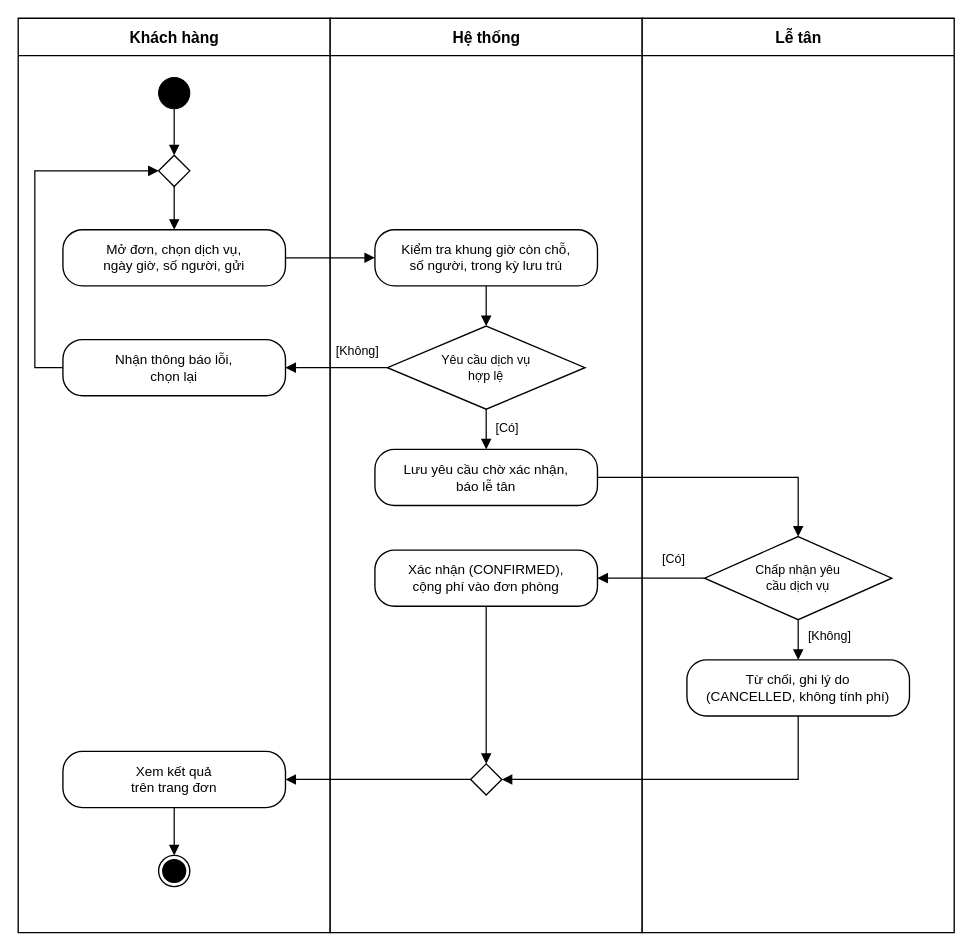
Before: docs/thiet-ke/hd-dat-dich-vu.drawio in ngynquchn2511/beach-hotel, a draw.io diagram. Source tidied: cells renumbered, new cells numbered last; positions are measured from the earlier drawing's top-left corner, leaving out a move shared by most shapes. Both pictures are drawn from the tidied source at 104%, with x=0, y=0 at pixel (18, 18).
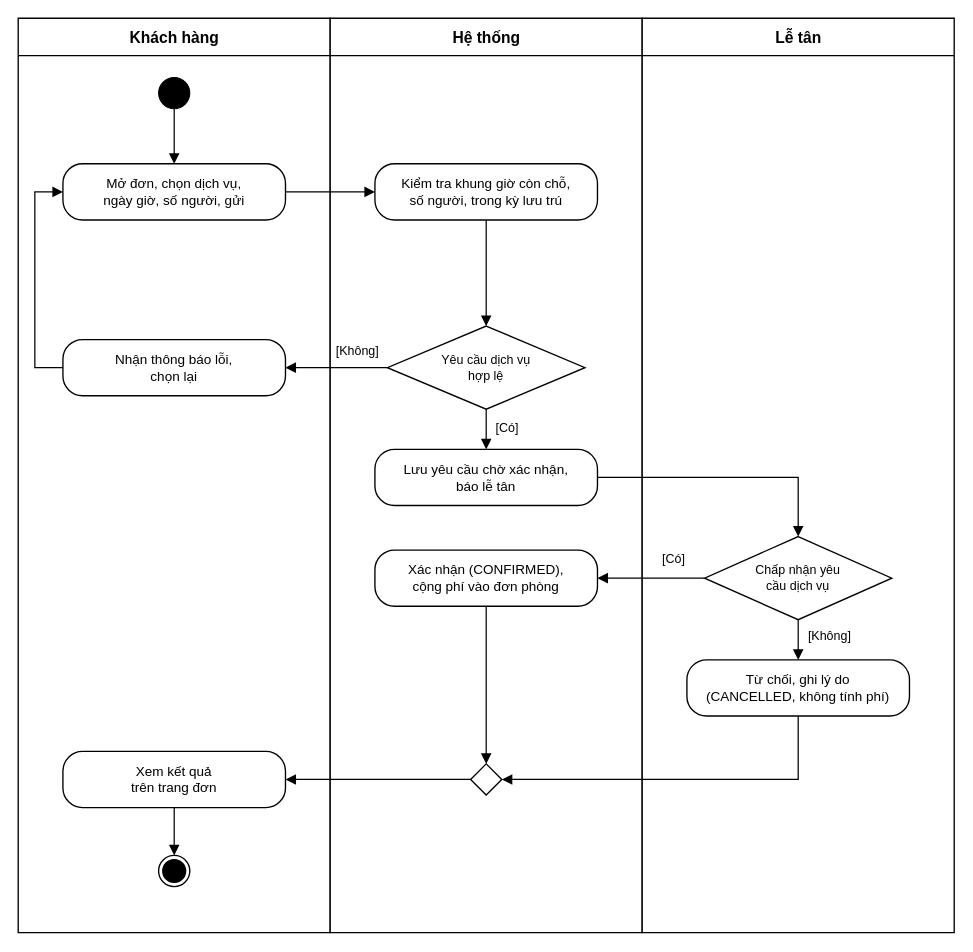
The same diagram, later.

The change refers to these unchanged cells:
```xml
<mxCell id="2" value="Khách hàng" style="fontFamily=Arial;fontColor=#000000;swimlane;horizontal=1;startSize=36;html=1;fillColor=#FFFFFF;strokeColor=#000000;strokeWidth=1.3;fontSize=15;fontStyle=1;swimlaneFillColor=#FFFFFF;" parent="1" vertex="1">
  <mxGeometry width="300" height="879.2" as="geometry" />
</mxCell>
<mxCell id="3" value="Hệ thống" style="fontFamily=Arial;fontColor=#000000;swimlane;horizontal=1;startSize=36;html=1;fillColor=#FFFFFF;strokeColor=#000000;strokeWidth=1.3;fontSize=15;fontStyle=1;swimlaneFillColor=#FFFFFF;" parent="1" vertex="1">
  <mxGeometry x="300" width="300" height="879.2" as="geometry" />
</mxCell>
<mxCell id="5" style="ellipse;html=1;fillColor=#000000;strokeColor=#000000;" parent="1" vertex="1">
  <mxGeometry x="135" y="57" width="30" height="30" as="geometry" />
</mxCell>
<mxCell id="10" value="Nhận thông báo lỗi,&lt;br&gt;chọn lại" style="fontFamily=Arial;fontColor=#000000;rounded=1;whiteSpace=wrap;html=1;arcSize=35;fillColor=#FFFFFF;strokeColor=#000000;strokeWidth=1.3;fontSize=13;spacing=6;" parent="1" vertex="1">
  <mxGeometry x="43" y="309" width="214" height="54" as="geometry" />
</mxCell>
```

The edit, as a diff of the source:
```diff
@@
+    <mxCell id="7" value="Mở đơn, chọn dịch vụ,&lt;br&gt;ngày giờ, số người, gửi" style="fontFamily=Arial;fontColor=#000000;rounded=1;whiteSpace=wrap;html=1;arcSize=35;fillColor=#FFFFFF;strokeColor=#000000;strokeWidth=1.3;fontSize=13;spacing=6;" parent="2" vertex="1">
+      <mxGeometry x="43" y="140" width="214" height="54" as="geometry" />
+    </mxCell>
@@
+    <mxCell id="8" value="Kiểm tra khung giờ còn chỗ,&lt;br&gt;số người, trong kỳ lưu trú" style="fontFamily=Arial;fontColor=#000000;rounded=1;whiteSpace=wrap;html=1;arcSize=35;fillColor=#FFFFFF;strokeColor=#000000;strokeWidth=1.3;fontSize=13;spacing=6;" parent="3" vertex="1">
+      <mxGeometry x="43" y="140" width="214" height="54" as="geometry" />
+    </mxCell>
@@
-    <mxCell id="6" style="fontFamily=Arial;fontColor=#000000;rhombus;whiteSpace=wrap;html=1;fillColor=#FFFFFF;strokeColor=#000000;strokeWidth=1.3;fontSize=12;" parent="1" vertex="1">
-      <mxGeometry x="135" y="131.8" width="30" height="30" as="geometry" />
-    </mxCell>
-    <mxCell id="7" value="Mở đơn, chọn dịch vụ,&lt;br&gt;ngày giờ, số người, gửi" style="fontFamily=Arial;fontColor=#000000;rounded=1;whiteSpace=wrap;html=1;arcSize=35;fillColor=#FFFFFF;strokeColor=#000000;strokeWidth=1.3;fontSize=13;spacing=6;" parent="1" vertex="1">
-      <mxGeometry x="43" y="203.4" width="214" height="54" as="geometry" />
-    </mxCell>
-    <mxCell id="8" value="Kiểm tra khung giờ còn chỗ,&lt;br&gt;số người, trong kỳ lưu trú" style="fontFamily=Arial;fontColor=#000000;rounded=1;whiteSpace=wrap;html=1;arcSize=35;fillColor=#FFFFFF;strokeColor=#000000;strokeWidth=1.3;fontSize=13;spacing=6;" parent="1" vertex="1">
-      <mxGeometry x="343" y="203.4" width="214" height="54" as="geometry" />
-    </mxCell>
@@
-    <mxCell id="18" style="fontFamily=Arial;fontColor=#000000;edgeStyle=orthogonalEdgeStyle;rounded=0;html=1;endArrow=block;endFill=1;endSize=7;strokeColor=#000000;strokeWidth=1.2;fontSize=12;labelBackgroundColor=#FFFFFF;exitX=0.5;exitY=1;exitDx=0;exitDy=0;entryX=0.5;entryY=0;entryDx=0;entryDy=0;" parent="1" edge="1" source="5" target="6">
+    <mxCell id="18" style="fontFamily=Arial;fontColor=#000000;edgeStyle=orthogonalEdgeStyle;rounded=0;html=1;endArrow=block;endFill=1;endSize=7;strokeColor=#000000;strokeWidth=1.2;fontSize=12;labelBackgroundColor=#FFFFFF;exitX=0.5;exitY=1;exitDx=0;exitDy=0;entryX=0.5;entryY=0;entryDx=0;entryDy=0;" parent="1" edge="1" source="5" target="7">
       <mxGeometry relative="1" as="geometry" />
     </mxCell>
-    <mxCell id="19" style="fontFamily=Arial;fontColor=#000000;edgeStyle=orthogonalEdgeStyle;rounded=0;html=1;endArrow=block;endFill=1;endSize=7;strokeColor=#000000;strokeWidth=1.2;fontSize=12;labelBackgroundColor=#FFFFFF;exitX=0.5;exitY=1;exitDx=0;exitDy=0;entryX=0.5;entryY=0;entryDx=0;entryDy=0;" parent="1" edge="1" source="6" target="7">
-      <mxGeometry relative="1" as="geometry" />
-    </mxCell>
@@
-    <mxCell id="23" style="fontFamily=Arial;fontColor=#000000;edgeStyle=orthogonalEdgeStyle;rounded=0;html=1;endArrow=block;endFill=1;endSize=7;strokeColor=#000000;strokeWidth=1.2;fontSize=12;labelBackgroundColor=#FFFFFF;exitX=0;exitY=0.5;exitDx=0;exitDy=0;entryX=0;entryY=0.5;entryDx=0;entryDy=0;" parent="1" edge="1" source="10" target="6">
-      <mxGeometry relative="1" as="geometry">
+    <mxCell id="23" style="fontFamily=Arial;fontColor=#000000;edgeStyle=orthogonalEdgeStyle;rounded=0;html=1;endArrow=block;endFill=1;endSize=7;strokeColor=#000000;strokeWidth=1.2;fontSize=12;labelBackgroundColor=#FFFFFF;exitX=0;exitY=0.5;exitDx=0;exitDy=0;entryX=0;entryY=0.5;entryDx=0;entryDy=0;" parent="1" edge="1" source="10" target="7">
+      <mxGeometry x="0.03" relative="1" as="geometry">
         <Array as="points">
           <mxPoint x="16" y="336" />
-          <mxPoint x="16" y="146.8" />
+          <mxPoint x="16" y="167" />
         </Array>
       </mxGeometry>
     </mxCell>
```
